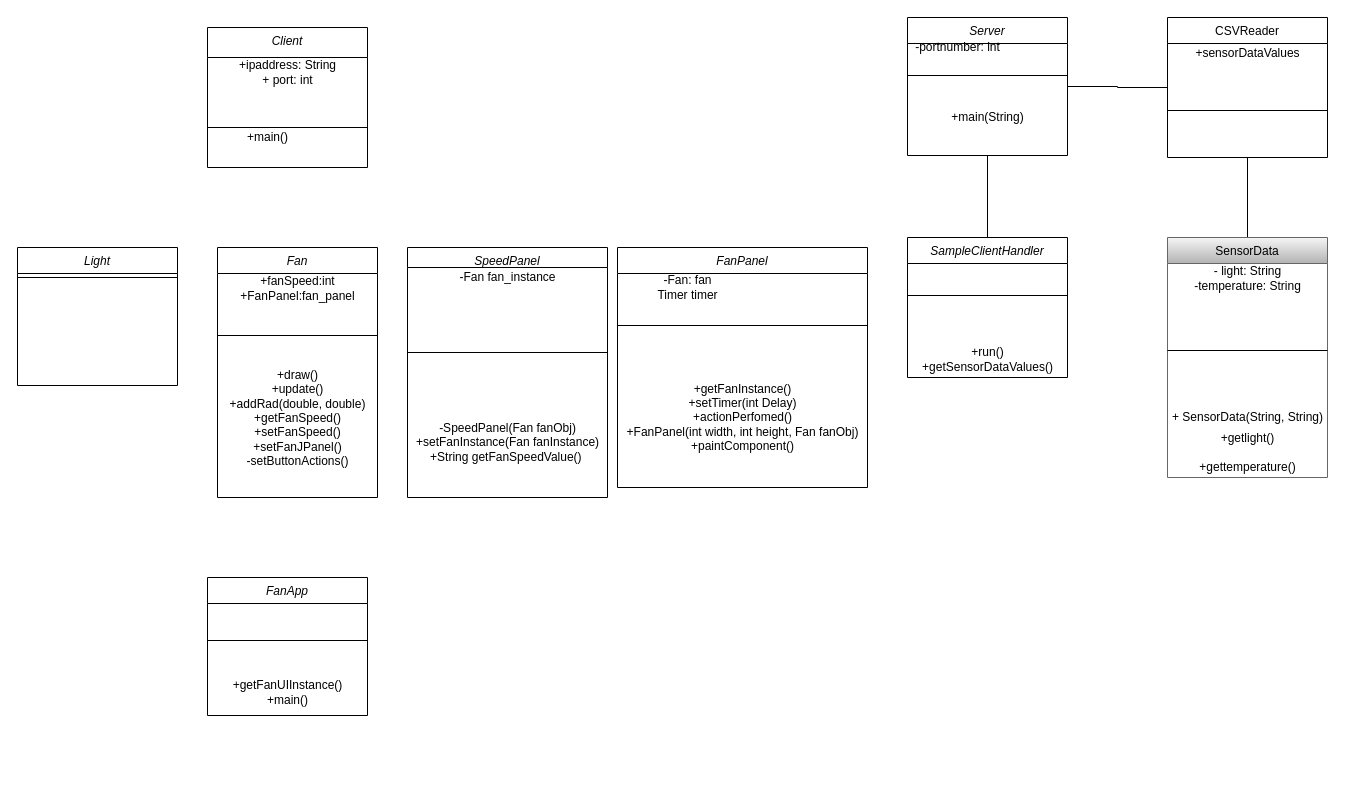
This is high_level.drawio from bandaian/Java_assignment_ian_banda, a draw.io file, before an edit. Source tidied: cells renumbered, new cells numbered last; positions are measured from the earlier drawing's top-left corner, leaving out a move shared by most shapes. Both pictures are drawn from the tidied source at 100%, with x=0, y=0 at pixel (17, 17).
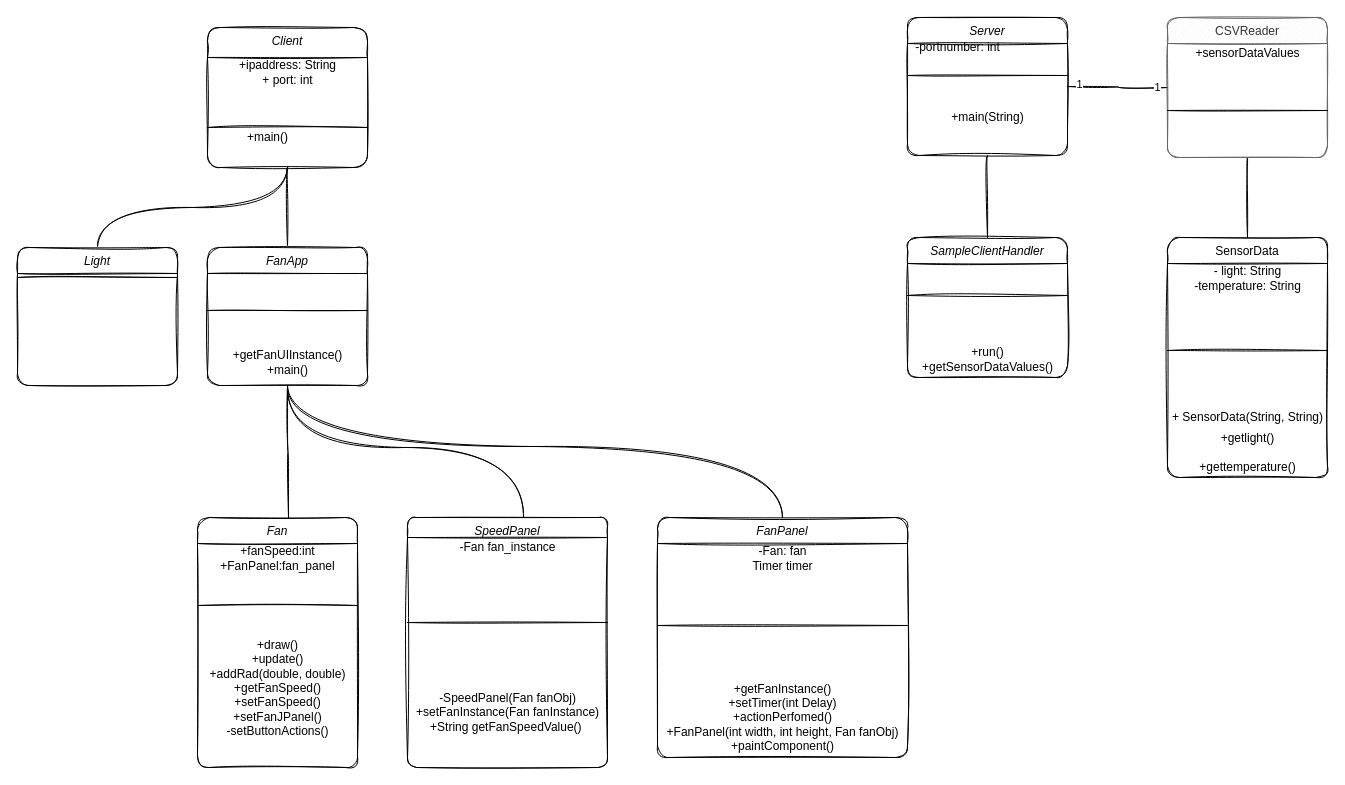
Above is the later version.

What changed in the source:
```diff
@@
-    <mxCell id="2" style="edgeStyle=orthogonalEdgeStyle;rounded=0;jettySize=auto;html=1;exitX=0.5;exitY=1;exitDx=0;exitDy=0;entryX=0.5;entryY=0;entryDx=0;entryDy=0;endArrow=none;endFill=0;" parent="1" edge="1" source="4" target="33">
+    <mxCell id="2" style="edgeStyle=orthogonalEdgeStyle;jettySize=auto;html=1;exitX=0.5;exitY=1;exitDx=0;exitDy=0;entryX=0.5;entryY=0;entryDx=0;entryDy=0;endArrow=none;endFill=0;sketch=1;curved=1;" parent="1" edge="1" source="4" target="33">
       <mxGeometry relative="1" as="geometry" />
     </mxCell>
-    <mxCell id="3" style="edgeStyle=orthogonalEdgeStyle;rounded=0;jettySize=auto;html=1;exitX=1;exitY=0.5;exitDx=0;exitDy=0;entryX=0;entryY=0.5;entryDx=0;entryDy=0;endArrow=none;endFill=0;" parent="1" edge="1" source="4" target="8">
+    <mxCell id="3" style="edgeStyle=orthogonalEdgeStyle;jettySize=auto;html=1;exitX=1;exitY=0.5;exitDx=0;exitDy=0;entryX=0;entryY=0.5;entryDx=0;entryDy=0;endArrow=none;endFill=0;sketch=1;curved=1;" parent="1" edge="1" source="4" target="8">
       <mxGeometry relative="1" as="geometry" />
     </mxCell>
+    <mxCell id="41" value="1" style="edgeLabel;html=1;align=center;verticalAlign=middle;" parent="3" vertex="1">
+      <mxGeometry x="-0.78" y="3" relative="1" as="geometry" />
+    </mxCell>
+    <mxCell id="42" value="1" style="edgeLabel;html=1;align=center;verticalAlign=middle;" parent="3" vertex="1">
+      <mxGeometry x="0.78" y="1" relative="1" as="geometry" />
+    </mxCell>
-    <mxCell id="4" value="Server" style="swimlane;fontStyle=2;align=center;verticalAlign=top;horizontal=1;startSize=26;rounded=0;shadow=0;strokeWidth=1;" parent="1" vertex="1">
+    <mxCell id="4" value="Server" style="swimlane;fontStyle=2;align=center;verticalAlign=top;horizontal=1;startSize=26;shadow=0;strokeWidth=1;rounded=1;sketch=1;" parent="1" vertex="1">
       <mxGeometry x="890" width="160" height="138" as="geometry" />
     </mxCell>
-    <mxCell id="5" style="line;html=1;strokeWidth=1;align=left;verticalAlign=middle;spacingTop=-1;spacingLeft=3;spacingRight=3;labelPosition=right;" parent="4" vertex="1">
+    <mxCell id="5" style="line;html=1;strokeWidth=1;align=left;verticalAlign=middle;spacingTop=-1;spacingLeft=3;spacingRight=3;labelPosition=right;rounded=1;sketch=1;" parent="4" vertex="1">
       <mxGeometry y="26" width="160" height="64" as="geometry" />
     </mxCell>
-    <mxCell id="6" value="+main(String)" style="text;html=1;align=center;verticalAlign=middle;" parent="4" vertex="1">
+    <mxCell id="6" value="+main(String)" style="text;html=1;align=center;verticalAlign=middle;rounded=1;sketch=1;" parent="4" vertex="1">
       <mxGeometry y="90" width="160" height="20" as="geometry" />
     </mxCell>
-    <mxCell id="7" style="edgeStyle=orthogonalEdgeStyle;rounded=0;jettySize=auto;html=1;exitX=0.5;exitY=1;exitDx=0;exitDy=0;entryX=0.5;entryY=0;entryDx=0;entryDy=0;endArrow=none;endFill=0;" parent="1" edge="1" source="8" target="11">
+    <mxCell id="7" style="edgeStyle=orthogonalEdgeStyle;jettySize=auto;html=1;exitX=0.5;exitY=1;exitDx=0;exitDy=0;entryX=0.5;entryY=0;entryDx=0;entryDy=0;endArrow=none;endFill=0;sketch=1;curved=1;" parent="1" edge="1" source="8" target="11">
       <mxGeometry relative="1" as="geometry" />
     </mxCell>
-    <mxCell id="8" value="CSVReader" style="swimlane;fontStyle=0;align=center;verticalAlign=top;horizontal=1;startSize=26;rounded=0;shadow=0;strokeWidth=1;" parent="1" vertex="1">
+    <mxCell id="8" value="CSVReader" style="swimlane;fontStyle=0;align=center;verticalAlign=top;horizontal=1;startSize=26;shadow=0;strokeWidth=1;rounded=1;sketch=1;fillColor=#f5f5f5;strokeColor=#666666;fontColor=#333333;" parent="1" vertex="1">
       <mxGeometry x="1150" width="160" height="140" as="geometry" />
     </mxCell>
-    <mxCell id="9" value="+sensorDataValues" style="text;html=1;align=center;verticalAlign=middle;" parent="8" vertex="1">
+    <mxCell id="9" value="+sensorDataValues" style="text;html=1;align=center;verticalAlign=middle;rounded=1;sketch=1;" parent="8" vertex="1">
       <mxGeometry y="26" width="160" height="20" as="geometry" />
     </mxCell>
-    <mxCell id="10" style="line;html=1;strokeWidth=1;align=left;verticalAlign=middle;spacingTop=-1;spacingLeft=3;spacingRight=3;labelPosition=right;" parent="8" vertex="1">
+    <mxCell id="10" style="line;html=1;strokeWidth=1;align=left;verticalAlign=middle;spacingTop=-1;spacingLeft=3;spacingRight=3;labelPosition=right;rounded=1;sketch=1;" parent="8" vertex="1">
       <mxGeometry y="46" width="160" height="94" as="geometry" />
     </mxCell>
-    <mxCell id="11" value="SensorData" style="swimlane;fontStyle=0;align=center;verticalAlign=top;horizontal=1;startSize=26;rounded=0;shadow=0;strokeWidth=1;fillColor=#f5f5f5;strokeColor=#666666;gradientColor=#b3b3b3;" parent="1" vertex="1">
+    <mxCell id="11" value="SensorData" style="swimlane;fontStyle=0;align=center;verticalAlign=top;horizontal=1;startSize=26;shadow=0;strokeWidth=1;rounded=1;sketch=1;" parent="1" vertex="1">
       <mxGeometry x="1150" y="220" width="160" height="240" as="geometry" />
     </mxCell>
-    <mxCell id="12" value="- light: String&lt;br&gt;-temperature: String" style="text;html=1;align=center;verticalAlign=middle;" parent="11" vertex="1">
+    <mxCell id="12" value="- light: String&lt;br&gt;-temperature: String" style="text;html=1;align=center;verticalAlign=middle;rounded=1;sketch=1;" parent="11" vertex="1">
       <mxGeometry y="26" width="160" height="30" as="geometry" />
     </mxCell>
-    <mxCell id="13" style="line;html=1;strokeWidth=1;align=left;verticalAlign=middle;spacingTop=-1;spacingLeft=3;spacingRight=3;labelPosition=right;" parent="11" vertex="1">
+    <mxCell id="13" style="line;html=1;strokeWidth=1;align=left;verticalAlign=middle;spacingTop=-1;spacingLeft=3;spacingRight=3;labelPosition=right;rounded=1;sketch=1;" parent="11" vertex="1">
       <mxGeometry y="56" width="160" height="114" as="geometry" />
     </mxCell>
-    <mxCell id="14" value="+ SensorData(String, String)" style="text;html=1;align=center;verticalAlign=middle;" parent="11" vertex="1">
+    <mxCell id="14" value="+ SensorData(String, String)" style="text;html=1;align=center;verticalAlign=middle;rounded=1;sketch=1;" parent="11" vertex="1">
       <mxGeometry y="170" width="160" height="20" as="geometry" />
     </mxCell>
-    <mxCell id="15" value="+getlight()&lt;br&gt;&lt;br&gt;+gettemperature()" style="text;html=1;align=center;verticalAlign=middle;" parent="11" vertex="1">
+    <mxCell id="15" value="+getlight()&lt;br&gt;&lt;br&gt;+gettemperature()" style="text;html=1;align=center;verticalAlign=middle;rounded=1;sketch=1;" parent="11" vertex="1">
       <mxGeometry y="190" width="160" height="50" as="geometry" />
     </mxCell>
+    <mxCell id="43" style="edgeStyle=orthogonalEdgeStyle;jettySize=auto;html=1;exitX=0.5;exitY=1;exitDx=0;exitDy=0;entryX=0.5;entryY=0;entryDx=0;entryDy=0;endArrow=none;endFill=0;sketch=1;curved=1;" parent="1" edge="1" source="16" target="37">
+      <mxGeometry relative="1" as="geometry" />
+    </mxCell>
+    <mxCell id="44" style="edgeStyle=orthogonalEdgeStyle;jettySize=auto;html=1;exitX=0.5;exitY=1;exitDx=0;exitDy=0;entryX=0.5;entryY=0;entryDx=0;entryDy=0;endArrow=none;endFill=0;sketch=1;curved=1;" parent="1" edge="1" source="16" target="19">
+      <mxGeometry relative="1" as="geometry" />
+    </mxCell>
-    <mxCell id="16" value="Client" style="swimlane;fontStyle=2;align=center;verticalAlign=top;horizontal=1;startSize=30;rounded=0;shadow=0;strokeWidth=1;" parent="1" vertex="1">
+    <mxCell id="16" value="Client" style="swimlane;fontStyle=2;align=center;verticalAlign=top;horizontal=1;startSize=30;shadow=0;strokeWidth=1;rounded=1;sketch=1;" parent="1" vertex="1">
       <mxGeometry x="190" y="10" width="160" height="140" as="geometry" />
     </mxCell>
-    <mxCell id="17" value="+ipaddress: String&lt;br&gt;+ port: int" style="text;html=1;align=center;verticalAlign=middle;" parent="16" vertex="1">
+    <mxCell id="17" value="+ipaddress: String&lt;br&gt;+ port: int" style="text;html=1;align=center;verticalAlign=middle;rounded=1;sketch=1;" parent="16" vertex="1">
       <mxGeometry y="30" width="160" height="30" as="geometry" />
     </mxCell>
-    <mxCell id="18" style="line;html=1;strokeWidth=1;align=left;verticalAlign=middle;spacingTop=-1;spacingLeft=3;spacingRight=3;labelPosition=right;" parent="16" vertex="1">
+    <mxCell id="18" style="line;html=1;strokeWidth=1;align=left;verticalAlign=middle;spacingTop=-1;spacingLeft=3;spacingRight=3;labelPosition=right;rounded=1;sketch=1;" parent="16" vertex="1">
       <mxGeometry y="60" width="160" height="80" as="geometry" />
     </mxCell>
-    <mxCell id="19" value="Light" style="swimlane;fontStyle=2;align=center;verticalAlign=top;horizontal=1;startSize=26;rounded=0;shadow=0;strokeWidth=1;" parent="1" vertex="1">
+    <mxCell id="19" value="Light" style="swimlane;fontStyle=2;align=center;verticalAlign=top;horizontal=1;startSize=26;shadow=0;strokeWidth=1;rounded=1;sketch=1;" parent="1" vertex="1">
       <mxGeometry y="230" width="160" height="138" as="geometry" />
     </mxCell>
-    <mxCell id="20" style="line;html=1;strokeWidth=1;align=left;verticalAlign=middle;spacingTop=-1;spacingLeft=3;spacingRight=3;labelPosition=right;" parent="19" vertex="1">
+    <mxCell id="20" style="line;html=1;strokeWidth=1;align=left;verticalAlign=middle;spacingTop=-1;spacingLeft=3;spacingRight=3;labelPosition=right;rounded=1;sketch=1;" parent="19" vertex="1">
       <mxGeometry y="26" width="160" height="8" as="geometry" />
     </mxCell>
-    <mxCell id="21" value="Fan" style="swimlane;fontStyle=2;align=center;verticalAlign=top;horizontal=1;startSize=26;rounded=0;shadow=0;strokeWidth=1;" parent="1" vertex="1">
-      <mxGeometry x="200" y="230" width="160" height="250" as="geometry" />
+    <mxCell id="21" value="Fan" style="swimlane;fontStyle=2;align=center;verticalAlign=top;horizontal=1;startSize=26;shadow=0;strokeWidth=1;rounded=1;sketch=1;" parent="1" vertex="1">
+      <mxGeometry x="180" y="500" width="160" height="250" as="geometry" />
     </mxCell>
-    <mxCell id="22" value="+fanSpeed:int&lt;br&gt;+FanPanel:fan_panel" style="text;html=1;align=center;verticalAlign=middle;" parent="21" vertex="1">
+    <mxCell id="22" value="+fanSpeed:int&lt;br&gt;+FanPanel:fan_panel" style="text;html=1;align=center;verticalAlign=middle;rounded=1;sketch=1;" parent="21" vertex="1">
       <mxGeometry y="26" width="160" height="30" as="geometry" />
     </mxCell>
-    <mxCell id="23" style="line;html=1;strokeWidth=1;align=left;verticalAlign=middle;spacingTop=-1;spacingLeft=3;spacingRight=3;labelPosition=right;" parent="21" vertex="1">
+    <mxCell id="23" style="line;html=1;strokeWidth=1;align=left;verticalAlign=middle;spacingTop=-1;spacingLeft=3;spacingRight=3;labelPosition=right;rounded=1;sketch=1;" parent="21" vertex="1">
       <mxGeometry y="56" width="160" height="64" as="geometry" />
     </mxCell>
-    <mxCell id="24" value="+draw()&lt;br&gt;+update()&lt;br&gt;+addRad(double, double)&lt;br&gt;+getFanSpeed()&lt;br&gt;+setFanSpeed()&lt;br&gt;+setFanJPanel()&lt;br&gt;-setButtonActions()&lt;br&gt;&lt;br&gt;&lt;br&gt;" style="text;html=1;align=center;verticalAlign=middle;" parent="21" vertex="1">
+    <mxCell id="24" value="+draw()&lt;br&gt;+update()&lt;br&gt;+addRad(double, double)&lt;br&gt;+getFanSpeed()&lt;br&gt;+setFanSpeed()&lt;br&gt;+setFanJPanel()&lt;br&gt;-setButtonActions()&lt;br&gt;&lt;br&gt;&lt;br&gt;" style="text;html=1;align=center;verticalAlign=middle;rounded=1;sketch=1;" parent="21" vertex="1">
       <mxGeometry y="120" width="160" height="130" as="geometry" />
     </mxCell>
-    <mxCell id="25" value="SpeedPanel" style="swimlane;fontStyle=2;align=center;verticalAlign=top;horizontal=1;startSize=20;rounded=0;shadow=0;strokeWidth=1;" parent="1" vertex="1">
-      <mxGeometry x="390" y="230" width="200" height="250" as="geometry" />
+    <mxCell id="25" value="SpeedPanel" style="swimlane;fontStyle=2;align=center;verticalAlign=top;horizontal=1;startSize=20;shadow=0;strokeWidth=1;rounded=1;sketch=1;" parent="1" vertex="1">
+      <mxGeometry x="390" y="500" width="200" height="250" as="geometry" />
     </mxCell>
-    <mxCell id="26" value="-Fan fan_instance" style="text;html=1;align=center;verticalAlign=middle;" parent="25" vertex="1">
+    <mxCell id="26" value="-Fan fan_instance" style="text;html=1;align=center;verticalAlign=middle;rounded=1;sketch=1;" parent="25" vertex="1">
       <mxGeometry y="20" width="200" height="20" as="geometry" />
     </mxCell>
-    <mxCell id="27" style="line;html=1;strokeWidth=1;align=left;verticalAlign=middle;spacingTop=-1;spacingLeft=3;spacingRight=3;labelPosition=right;" parent="25" vertex="1">
+    <mxCell id="27" style="line;html=1;strokeWidth=1;align=left;verticalAlign=middle;spacingTop=-1;spacingLeft=3;spacingRight=3;labelPosition=right;rounded=1;sketch=1;" parent="25" vertex="1">
       <mxGeometry y="40" width="200" height="130" as="geometry" />
     </mxCell>
-    <mxCell id="28" value="-SpeedPanel(Fan fanObj)&lt;br&gt;+setFanInstance(Fan fanInstance)&lt;br&gt;+String getFanSpeedValue()&amp;nbsp;" style="text;html=1;align=center;verticalAlign=middle;" parent="25" vertex="1">
+    <mxCell id="28" value="-SpeedPanel(Fan fanObj)&lt;br&gt;+setFanInstance(Fan fanInstance)&lt;br&gt;+String getFanSpeedValue()&amp;nbsp;" style="text;html=1;align=center;verticalAlign=middle;rounded=1;sketch=1;" parent="25" vertex="1">
       <mxGeometry y="170" width="200" height="50" as="geometry" />
     </mxCell>
-    <mxCell id="29" value="FanPanel" style="swimlane;fontStyle=2;align=center;verticalAlign=top;horizontal=1;startSize=26;rounded=0;shadow=0;strokeWidth=1;" parent="1" vertex="1">
-      <mxGeometry x="600" y="230" width="250" height="240" as="geometry" />
+    <mxCell id="29" value="FanPanel" style="swimlane;fontStyle=2;align=center;verticalAlign=top;horizontal=1;startSize=26;shadow=0;strokeWidth=1;rounded=1;sketch=1;" parent="1" vertex="1">
+      <mxGeometry x="640" y="500" width="250" height="240" as="geometry" />
     </mxCell>
+    <mxCell id="40" value="-Fan: fan&lt;br&gt;Timer timer" style="text;html=1;align=center;verticalAlign=middle;rounded=1;sketch=1;" parent="29" vertex="1">
+      <mxGeometry y="26" width="250" height="30" as="geometry" />
+    </mxCell>
-    <mxCell id="30" style="line;html=1;strokeWidth=1;align=left;verticalAlign=middle;spacingTop=-1;spacingLeft=3;spacingRight=3;labelPosition=right;" parent="29" vertex="1">
-      <mxGeometry y="26" width="250" height="104" as="geometry" />
+    <mxCell id="30" style="line;html=1;strokeWidth=1;align=left;verticalAlign=middle;spacingTop=-1;spacingLeft=3;spacingRight=3;labelPosition=right;rounded=1;sketch=1;" parent="29" vertex="1">
+      <mxGeometry y="56" width="250" height="104" as="geometry" />
     </mxCell>
-    <mxCell id="31" value="+getFanInstance()&lt;br&gt;+setTimer(int Delay)&lt;br&gt;+actionPerfomed()&lt;br&gt;+FanPanel(int width, int height, Fan fanObj)&lt;br&gt;+paintComponent()" style="text;html=1;align=center;verticalAlign=middle;" parent="29" vertex="1">
-      <mxGeometry y="130" width="250" height="80" as="geometry" />
+    <mxCell id="31" value="+getFanInstance()&lt;br&gt;+setTimer(int Delay)&lt;br&gt;+actionPerfomed()&lt;br&gt;+FanPanel(int width, int height, Fan fanObj)&lt;br&gt;+paintComponent()" style="text;html=1;align=center;verticalAlign=middle;rounded=1;sketch=1;" parent="29" vertex="1">
+      <mxGeometry y="160" width="250" height="80" as="geometry" />
     </mxCell>
-    <mxCell id="32" value="-portnumber: int" style="text;html=1;align=center;verticalAlign=middle;" parent="1" vertex="1">
+    <mxCell id="32" value="-portnumber: int" style="text;html=1;align=center;verticalAlign=middle;rounded=1;sketch=1;" parent="1" vertex="1">
       <mxGeometry x="890" y="20" width="100" height="20" as="geometry" />
     </mxCell>
-    <mxCell id="33" value="SampleClientHandler" style="swimlane;fontStyle=2;align=center;verticalAlign=top;horizontal=1;startSize=26;rounded=0;shadow=0;strokeWidth=1;" parent="1" vertex="1">
+    <mxCell id="33" value="SampleClientHandler" style="swimlane;fontStyle=2;align=center;verticalAlign=top;horizontal=1;startSize=26;shadow=0;strokeWidth=1;rounded=1;sketch=1;" parent="1" vertex="1">
       <mxGeometry x="890" y="220" width="160" height="140" as="geometry" />
     </mxCell>
-    <mxCell id="34" style="line;html=1;strokeWidth=1;align=left;verticalAlign=middle;spacingTop=-1;spacingLeft=3;spacingRight=3;labelPosition=right;" parent="33" vertex="1">
+    <mxCell id="34" style="line;html=1;strokeWidth=1;align=left;verticalAlign=middle;spacingTop=-1;spacingLeft=3;spacingRight=3;labelPosition=right;rounded=1;sketch=1;" parent="33" vertex="1">
       <mxGeometry y="26" width="160" height="64" as="geometry" />
     </mxCell>
-    <mxCell id="35" value="&lt;br&gt;+run()&lt;br&gt;+getSensorDataValues()" style="text;html=1;align=center;verticalAlign=middle;" parent="33" vertex="1">
+    <mxCell id="35" value="&lt;br&gt;+run()&lt;br&gt;+getSensorDataValues()" style="text;html=1;align=center;verticalAlign=middle;rounded=1;sketch=1;" parent="33" vertex="1">
       <mxGeometry y="90" width="160" height="50" as="geometry" />
     </mxCell>
-    <mxCell id="36" value="+main()" style="text;html=1;align=center;verticalAlign=middle;" parent="1" vertex="1">
+    <mxCell id="36" value="+main()" style="text;html=1;align=center;verticalAlign=middle;rounded=1;sketch=1;" parent="1" vertex="1">
       <mxGeometry x="220" y="110" width="60" height="20" as="geometry" />
     </mxCell>
+    <mxCell id="45" style="edgeStyle=orthogonalEdgeStyle;jettySize=auto;html=1;exitX=0.5;exitY=1;exitDx=0;exitDy=0;entryX=0.5;entryY=0;entryDx=0;entryDy=0;endArrow=none;endFill=0;sketch=1;curved=1;" parent="1" edge="1" source="37" target="29">
+      <mxGeometry relative="1" as="geometry">
+        <Array as="points">
+          <mxPoint x="270" y="429" />
+          <mxPoint x="765" y="429" />
+        </Array>
+      </mxGeometry>
+    </mxCell>
+    <mxCell id="46" style="edgeStyle=orthogonalEdgeStyle;jettySize=auto;html=1;exitX=0.5;exitY=1;exitDx=0;exitDy=0;entryX=0.569;entryY=0.004;entryDx=0;entryDy=0;entryPerimeter=0;endArrow=none;endFill=0;sketch=1;curved=1;" parent="1" edge="1" source="37" target="21">
+      <mxGeometry relative="1" as="geometry" />
+    </mxCell>
+    <mxCell id="47" style="edgeStyle=orthogonalEdgeStyle;jettySize=auto;html=1;exitX=0.5;exitY=1;exitDx=0;exitDy=0;endArrow=none;endFill=0;entryX=0.58;entryY=0;entryDx=0;entryDy=0;entryPerimeter=0;sketch=1;curved=1;" parent="1" edge="1" source="37" target="25">
+      <mxGeometry relative="1" as="geometry">
+        <Array as="points">
+          <mxPoint x="270" y="430" />
+          <mxPoint x="506" y="430" />
+        </Array>
+      </mxGeometry>
+    </mxCell>
-    <mxCell id="37" value="FanApp" style="swimlane;fontStyle=2;align=center;verticalAlign=top;horizontal=1;startSize=26;rounded=0;shadow=0;strokeWidth=1;" parent="1" vertex="1">
-      <mxGeometry x="190" y="560" width="160" height="138" as="geometry" />
+    <mxCell id="37" value="FanApp" style="swimlane;fontStyle=2;align=center;verticalAlign=top;horizontal=1;startSize=26;shadow=0;strokeWidth=1;rounded=1;sketch=1;" parent="1" vertex="1">
+      <mxGeometry x="190" y="230" width="160" height="138" as="geometry" />
     </mxCell>
-    <mxCell id="38" style="line;html=1;strokeWidth=1;align=left;verticalAlign=middle;spacingTop=-1;spacingLeft=3;spacingRight=3;labelPosition=right;" parent="37" vertex="1">
+    <mxCell id="38" style="line;html=1;strokeWidth=1;align=left;verticalAlign=middle;spacingTop=-1;spacingLeft=3;spacingRight=3;labelPosition=right;rounded=1;sketch=1;" parent="37" vertex="1">
       <mxGeometry y="26" width="160" height="74" as="geometry" />
     </mxCell>
-    <mxCell id="39" value="+getFanUIInstance()&lt;br&gt;+main()" style="text;html=1;align=center;verticalAlign=middle;" parent="37" vertex="1">
+    <mxCell id="39" value="+getFanUIInstance()&lt;br&gt;+main()" style="text;html=1;align=center;verticalAlign=middle;rounded=1;sketch=1;" parent="37" vertex="1">
       <mxGeometry y="100" width="160" height="30" as="geometry" />
     </mxCell>
-    <mxCell id="40" value="-Fan: fan&lt;br&gt;Timer timer" style="text;html=1;align=center;verticalAlign=middle;" parent="1" vertex="1">
-      <mxGeometry x="630" y="255" width="80" height="30" as="geometry" />
-    </mxCell>
```
